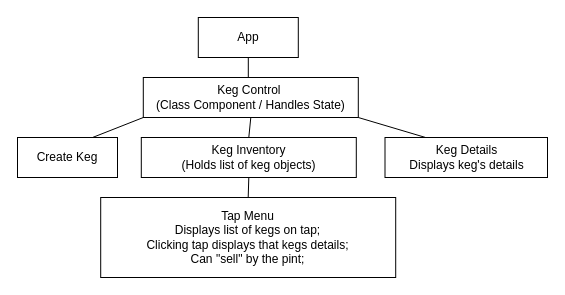
Earlier version of the draw.io diagram plan.drawio (jessi-b/tap-room). Source tidied: cells renumbered, new cells numbered last; positions are measured from the earlier drawing's top-left corner, leaving out a move shared by most shapes. Both pictures are drawn from the tidied source at 100%, with x=0, y=0 at pixel (17, 17).
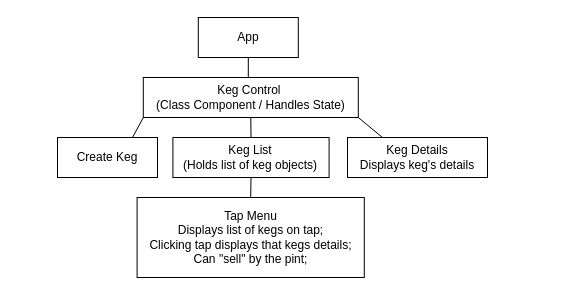
After the change.

Change to the diagram source:
```diff
@@
 <mxGraphModel>
   <root>
     <mxCell id="0" />
     <mxCell id="1" parent="0" />
     <mxCell id="2" value="App" style="whiteSpace=wrap;html=1;align=center;" parent="1" vertex="1">
       <mxGeometry x="180.8" width="100" height="40" as="geometry" />
     </mxCell>
     <mxCell id="3" value="Keg Control&amp;nbsp;&lt;br&gt;(Class Component / Handles State)" style="whiteSpace=wrap;html=1;align=center;" parent="1" vertex="1">
       <mxGeometry x="125.8" y="60" width="215" height="40" as="geometry" />
     </mxCell>
-    <mxCell id="4" value="Keg Inventory&lt;br&gt;(Holds list of keg objects)" style="whiteSpace=wrap;html=1;align=center;" parent="1" vertex="1">
-      <mxGeometry x="123.8" y="120" width="215" height="40" as="geometry" />
+    <mxCell id="4" value="Keg List&lt;br&gt;(Holds list of keg objects)" style="whiteSpace=wrap;html=1;align=center;" parent="1" vertex="1">
+      <mxGeometry x="155.4" y="120" width="156.2" height="40" as="geometry" />
     </mxCell>
     <mxCell id="5" value="Keg Details&lt;br&gt;Displays keg's details" style="whiteSpace=wrap;html=1;align=center;" parent="1" vertex="1">
-      <mxGeometry x="367.5" y="120" width="162.5" height="40" as="geometry" />
+      <mxGeometry x="330" y="120" width="140" height="40" as="geometry" />
     </mxCell>
     <mxCell id="6" value="Tap Menu&lt;br&gt;Displays list of kegs on tap;&lt;br&gt;Clicking tap displays that kegs details;&lt;br&gt;Can &quot;sell&quot; by the pint;" style="whiteSpace=wrap;html=1;align=center;" parent="1" vertex="1">
-      <mxGeometry x="83.2" y="180" width="295" height="80" as="geometry" />
+      <mxGeometry x="119.6" y="180" width="227.2" height="80" as="geometry" />
     </mxCell>
     <mxCell id="7" style="endArrow=none;html=1;rounded=0;entryX=0.5;entryY=0;entryDx=0;entryDy=0;exitX=0.5;exitY=1;exitDx=0;exitDy=0;" parent="1" edge="1" source="4" target="6">
       <mxGeometry relative="1" as="geometry" />
     </mxCell>
     <mxCell id="8" style="endArrow=none;html=1;rounded=0;exitX=0.5;exitY=1;exitDx=0;exitDy=0;" parent="1" edge="1" source="2">
       <mxGeometry relative="1" as="geometry">
         <mxPoint x="230.8" y="60" as="targetPoint" />
       </mxGeometry>
     </mxCell>
     <mxCell id="9" value="Create Keg" style="whiteSpace=wrap;html=1;align=center;" parent="1" vertex="1">
-      <mxGeometry y="120" width="100" height="40" as="geometry" />
+      <mxGeometry x="40" y="120" width="100" height="40" as="geometry" />
     </mxCell>
     <mxCell id="10" style="endArrow=none;html=1;rounded=0;entryX=0;entryY=1;entryDx=0;entryDy=0;exitX=0.75;exitY=0;exitDx=0;exitDy=0;" parent="1" edge="1" source="9" target="3">
       <mxGeometry relative="1" as="geometry" />
     </mxCell>
     <mxCell id="11" style="endArrow=none;html=1;rounded=0;entryX=1;entryY=1;entryDx=0;entryDy=0;exitX=0.25;exitY=0;exitDx=0;exitDy=0;" parent="1" edge="1" source="5" target="3">
       <mxGeometry relative="1" as="geometry" />
     </mxCell>
     <mxCell id="12" style="endArrow=none;html=1;rounded=0;entryX=0.5;entryY=1;entryDx=0;entryDy=0;exitX=0.5;exitY=0;exitDx=0;exitDy=0;" parent="1" edge="1" source="4" target="3">
       <mxGeometry relative="1" as="geometry" />
     </mxCell>
   </root>
 </mxGraphModel>
```
